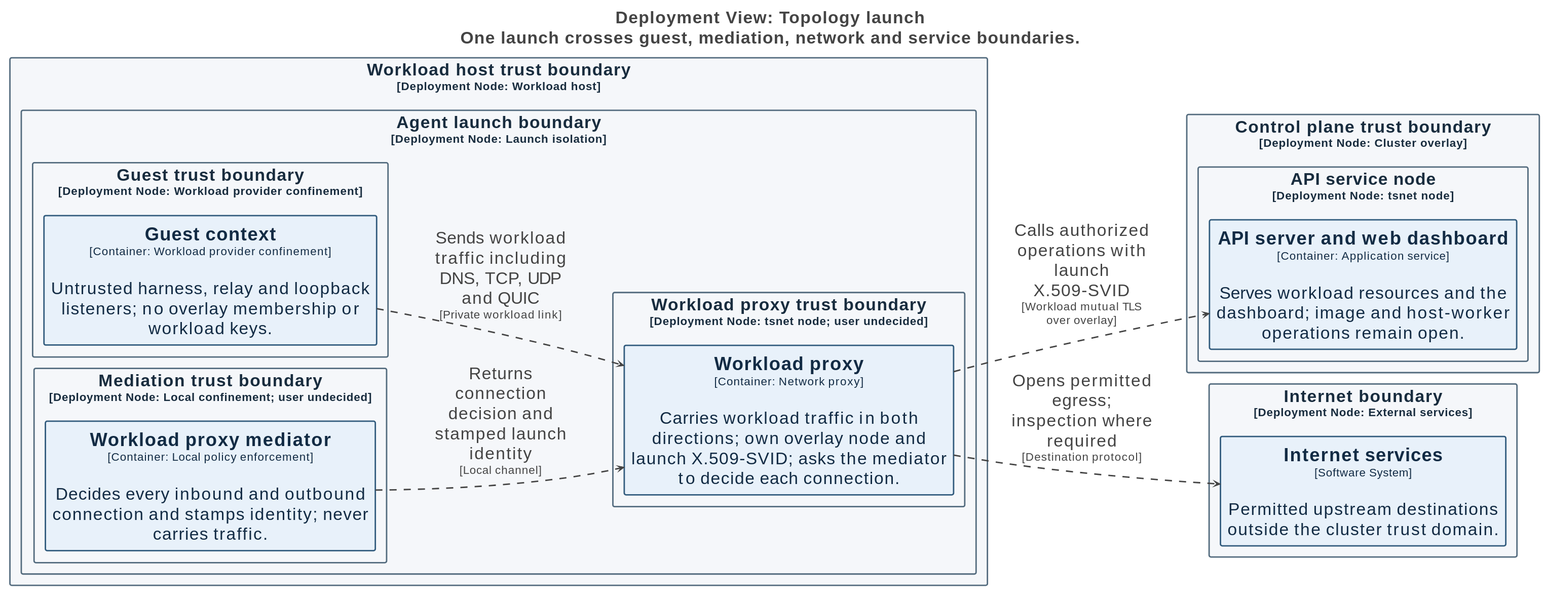
Earlier version of the PlantUML export docs/diagrams/structurizr-network-launch.svg (tbhb-dev/afakt). Its source is kept beside it as docs/diagrams/structurizr-network-launch.puml.
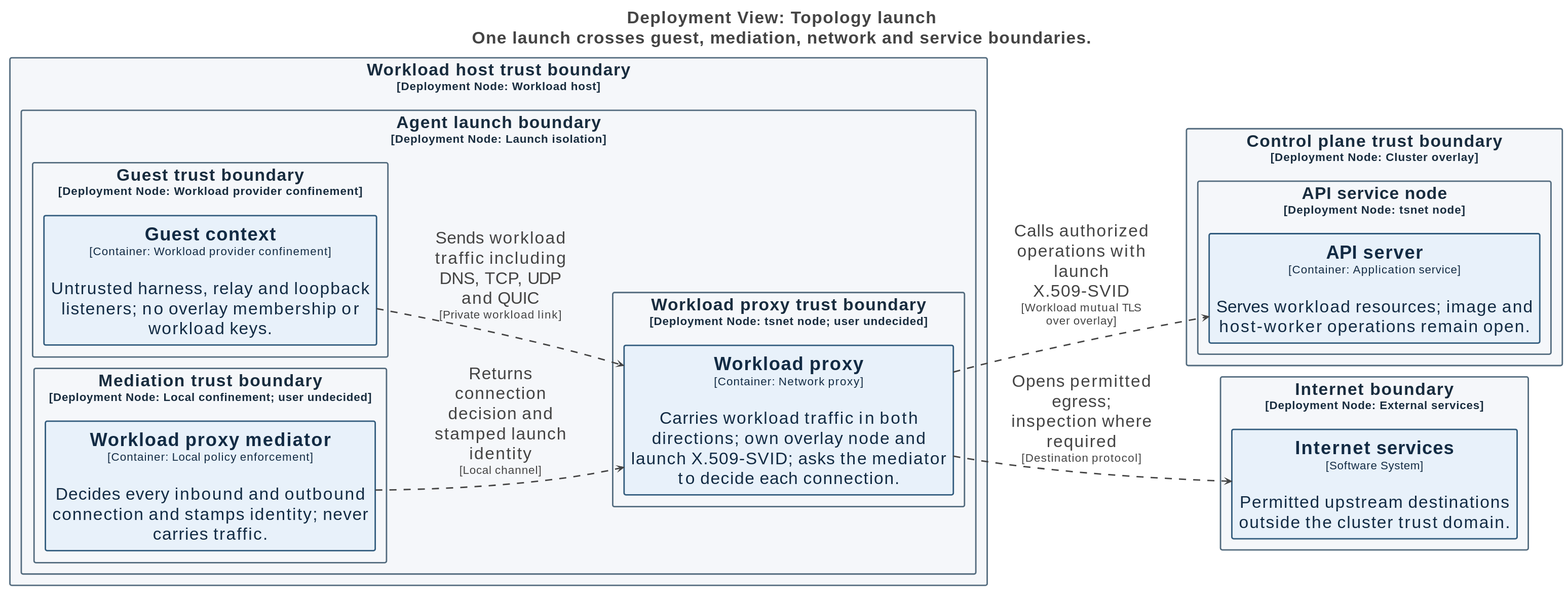
After the change.

Diff of the diagram source:
```diff
@@ -71,7 +71,7 @@
 
 rectangle "Control plane trust boundary\n<size:16>[Deployment Node: Cluster overlay]</size>" <<DeploymentNode-RWxlbWVudCxEZXBsb3ltZW50IE5vZGU=>> as Topologylaunch.Controlplanetrustboundary {
   rectangle "API service node\n<size:16>[Deployment Node: tsnet node]</size>" <<DeploymentNode-RWxlbWVudCxEZXBsb3ltZW50IE5vZGU=>> as Topologylaunch.Controlplanetrustboundary.APIservicenode {
-    rectangle "==API server and web dashboard\n<size:16>[Container: Application service]</size>\n\nServes workload resources and the dashboard; image and host-worker operations remain open." <<Element-RWxlbWVudCxUb3BvbG9neQ==>> as Topologylaunch.Controlplanetrustboundary.APIservicenode.APIserverandwebdashboard_1
+    rectangle "==API server\n<size:16>[Container: Application service]</size>\n\nServes workload resources; image and host-worker operations remain open." <<Element-RWxlbWVudCxUb3BvbG9neQ==>> as Topologylaunch.Controlplanetrustboundary.APIservicenode.APIserver_1
   }
 
 }
@@ -82,7 +82,7 @@
 
 Topologylaunch.Workloadhosttrustboundary.Agentlaunchboundary.Guesttrustboundary.Guestcontext_1 --> Topologylaunch.Workloadhosttrustboundary.Agentlaunchboundary.Workloadproxytrustboundary.Workloadproxy_1 <<Relationship-UmVsYXRpb25zaGlw>> : "Sends workload traffic including DNS, TCP, UDP and QUIC\n<size:16>[Private workload link]</size>"
 Topologylaunch.Workloadhosttrustboundary.Agentlaunchboundary.Mediationtrustboundary.Workloadproxymediator_1 --> Topologylaunch.Workloadhosttrustboundary.Agentlaunchboundary.Workloadproxytrustboundary.Workloadproxy_1 <<Relationship-UmVsYXRpb25zaGlw>> : "Returns connection decision and stamped launch identity\n<size:16>[Local channel]</size>"
-Topologylaunch.Workloadhosttrustboundary.Agentlaunchboundary.Workloadproxytrustboundary.Workloadproxy_1 --> Topologylaunch.Controlplanetrustboundary.APIservicenode.APIserverandwebdashboard_1 <<Relationship-UmVsYXRpb25zaGlw>> : "Calls authorized operations with launch X.509-SVID\n<size:16>[Workload mutual TLS over overlay]</size>"
+Topologylaunch.Workloadhosttrustboundary.Agentlaunchboundary.Workloadproxytrustboundary.Workloadproxy_1 --> Topologylaunch.Controlplanetrustboundary.APIservicenode.APIserver_1 <<Relationship-UmVsYXRpb25zaGlw>> : "Calls authorized operations with launch X.509-SVID\n<size:16>[Workload mutual TLS over overlay]</size>"
 Topologylaunch.Workloadhosttrustboundary.Agentlaunchboundary.Workloadproxytrustboundary.Workloadproxy_1 --> Topologylaunch.Internetboundary.Internetservices_1 <<Relationship-UmVsYXRpb25zaGlw>> : "Opens permitted egress; inspection where required\n<size:16>[Destination protocol]</size>"
 
 @enduml
```
